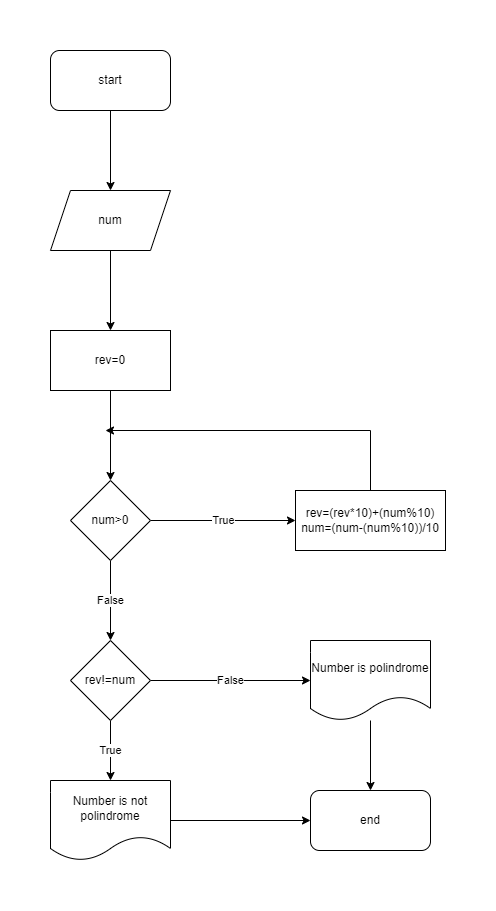
GulchinTaghizade/Homework keeps this draw.io diagram as Loop/Task2.png. Above is the earlier version. Source tidied: cells renumbered, new cells last; positions are measured from the earlier drawing's top-left corner, leaving out a move shared by most shapes. Its diagram source:
```xml
<mxGraphModel>
  <root>
    <mxCell id="0" />
    <mxCell id="1" parent="0" />
    <mxCell id="2" style="edgeStyle=orthogonalEdgeStyle;rounded=0;jettySize=auto;html=1;" parent="1" edge="1" source="3" target="5">
      <mxGeometry relative="1" as="geometry" />
    </mxCell>
    <mxCell id="3" value="start" style="rounded=1;whiteSpace=wrap;html=1;" parent="1" vertex="1">
      <mxGeometry width="120" height="60" as="geometry" />
    </mxCell>
    <mxCell id="4" style="edgeStyle=orthogonalEdgeStyle;rounded=0;jettySize=auto;html=1;" parent="1" edge="1" source="5" target="12">
      <mxGeometry relative="1" as="geometry" />
    </mxCell>
    <mxCell id="5" value="num" style="shape=parallelogram;perimeter=parallelogramPerimeter;whiteSpace=wrap;html=1;fixedSize=1;" parent="1" vertex="1">
      <mxGeometry y="110" width="120" height="60" as="geometry" />
    </mxCell>
    <mxCell id="6" value="True" style="edgeStyle=orthogonalEdgeStyle;rounded=0;jettySize=auto;html=1;" parent="1" edge="1" source="8" target="10">
      <mxGeometry relative="1" as="geometry" />
    </mxCell>
    <mxCell id="7" value="False" style="edgeStyle=orthogonalEdgeStyle;rounded=0;jettySize=auto;html=1;" parent="1" edge="1" source="8" target="14">
      <mxGeometry relative="1" as="geometry" />
    </mxCell>
    <mxCell id="8" value="num&amp;gt;0" style="rhombus;whiteSpace=wrap;html=1;" parent="1" vertex="1">
      <mxGeometry x="20" y="346" width="80" height="80" as="geometry" />
    </mxCell>
    <mxCell id="9" style="edgeStyle=orthogonalEdgeStyle;rounded=0;jettySize=auto;html=1;exitX=0.5;exitY=0;exitDx=0;exitDy=0;" parent="1" edge="1" source="10">
      <mxGeometry relative="1" as="geometry">
        <mxPoint x="60" y="300" as="targetPoint" />
        <Array as="points">
          <mxPoint x="270" y="300" />
        </Array>
      </mxGeometry>
    </mxCell>
    <mxCell id="10" value="sum=sum+(num%10)&lt;br&gt;num=((num-(num%10))/10" style="whiteSpace=wrap;html=1;" parent="1" vertex="1">
      <mxGeometry x="210" y="356" width="120" height="60" as="geometry" />
    </mxCell>
    <mxCell id="11" style="edgeStyle=orthogonalEdgeStyle;rounded=0;jettySize=auto;html=1;" parent="1" edge="1" source="12" target="8">
      <mxGeometry relative="1" as="geometry" />
    </mxCell>
    <mxCell id="12" value="sum=0" style="whiteSpace=wrap;html=1;" parent="1" vertex="1">
      <mxGeometry y="210" width="120" height="60" as="geometry" />
    </mxCell>
    <mxCell id="13" style="edgeStyle=orthogonalEdgeStyle;rounded=0;jettySize=auto;html=1;" parent="1" edge="1" source="14" target="15">
      <mxGeometry relative="1" as="geometry" />
    </mxCell>
    <mxCell id="14" value="sum" style="shape=document;whiteSpace=wrap;html=1;boundedLbl=1;" parent="1" vertex="1">
      <mxGeometry y="506" width="120" height="80" as="geometry" />
    </mxCell>
    <mxCell id="15" value="end" style="rounded=1;whiteSpace=wrap;html=1;" parent="1" vertex="1">
      <mxGeometry x="200" y="516" width="120" height="60" as="geometry" />
    </mxCell>
  </root>
</mxGraphModel>
```
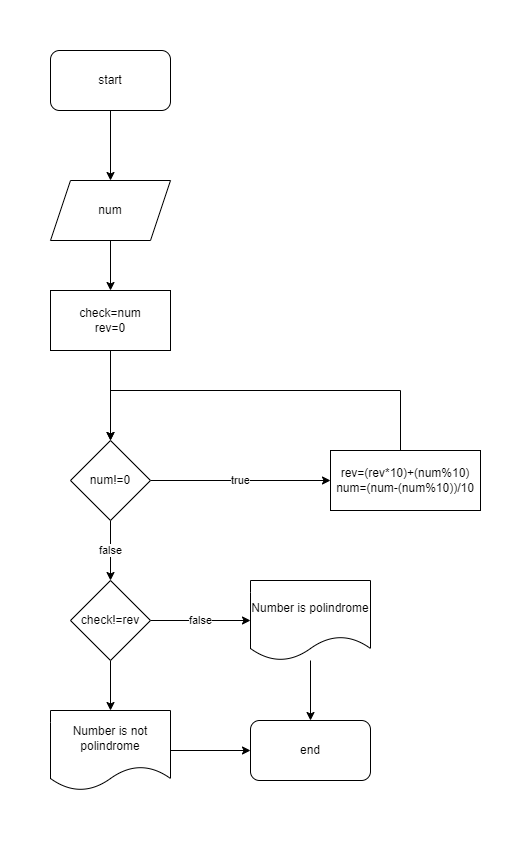
The same diagram one commit later.

The edit, as a diff of the source:
```diff
@@ -6,48 +6,63 @@
       <mxGeometry relative="1" as="geometry" />
     </mxCell>
     <mxCell id="3" value="start" style="rounded=1;whiteSpace=wrap;html=1;" parent="1" vertex="1">
-      <mxGeometry width="120" height="60" as="geometry" />
+      <mxGeometry y="10" width="120" height="60" as="geometry" />
     </mxCell>
-    <mxCell id="4" style="edgeStyle=orthogonalEdgeStyle;rounded=0;jettySize=auto;html=1;" parent="1" edge="1" source="5" target="12">
-      <mxGeometry relative="1" as="geometry" />
-    </mxCell>
+    <mxCell id="16" style="edgeStyle=orthogonalEdgeStyle;rounded=0;jettySize=auto;html=1;" parent="1" edge="1" source="5" target="18">
+      <mxGeometry relative="1" as="geometry" />
+    </mxCell>
     <mxCell id="5" value="num" style="shape=parallelogram;perimeter=parallelogramPerimeter;whiteSpace=wrap;html=1;fixedSize=1;" parent="1" vertex="1">
-      <mxGeometry y="110" width="120" height="60" as="geometry" />
+      <mxGeometry y="140" width="120" height="60" as="geometry" />
     </mxCell>
-    <mxCell id="6" value="True" style="edgeStyle=orthogonalEdgeStyle;rounded=0;jettySize=auto;html=1;" parent="1" edge="1" source="8" target="10">
-      <mxGeometry relative="1" as="geometry" />
-    </mxCell>
-    <mxCell id="7" value="False" style="edgeStyle=orthogonalEdgeStyle;rounded=0;jettySize=auto;html=1;" parent="1" edge="1" source="8" target="14">
-      <mxGeometry relative="1" as="geometry" />
-    </mxCell>
-    <mxCell id="8" value="num&amp;gt;0" style="rhombus;whiteSpace=wrap;html=1;" parent="1" vertex="1">
-      <mxGeometry x="20" y="346" width="80" height="80" as="geometry" />
-    </mxCell>
-    <mxCell id="9" style="edgeStyle=orthogonalEdgeStyle;rounded=0;jettySize=auto;html=1;exitX=0.5;exitY=0;exitDx=0;exitDy=0;" parent="1" edge="1" source="10">
-      <mxGeometry relative="1" as="geometry">
-        <mxPoint x="60" y="300" as="targetPoint" />
-        <Array as="points">
-          <mxPoint x="270" y="300" />
-        </Array>
-      </mxGeometry>
-    </mxCell>
-    <mxCell id="10" value="sum=sum+(num%10)&lt;br&gt;num=((num-(num%10))/10" style="whiteSpace=wrap;html=1;" parent="1" vertex="1">
-      <mxGeometry x="210" y="356" width="120" height="60" as="geometry" />
-    </mxCell>
-    <mxCell id="11" style="edgeStyle=orthogonalEdgeStyle;rounded=0;jettySize=auto;html=1;" parent="1" edge="1" source="12" target="8">
-      <mxGeometry relative="1" as="geometry" />
-    </mxCell>
-    <mxCell id="12" value="sum=0" style="whiteSpace=wrap;html=1;" parent="1" vertex="1">
-      <mxGeometry y="210" width="120" height="60" as="geometry" />
-    </mxCell>
-    <mxCell id="13" style="edgeStyle=orthogonalEdgeStyle;rounded=0;jettySize=auto;html=1;" parent="1" edge="1" source="14" target="15">
-      <mxGeometry relative="1" as="geometry" />
-    </mxCell>
-    <mxCell id="14" value="sum" style="shape=document;whiteSpace=wrap;html=1;boundedLbl=1;" parent="1" vertex="1">
-      <mxGeometry y="506" width="120" height="80" as="geometry" />
-    </mxCell>
+    <mxCell id="17" style="edgeStyle=orthogonalEdgeStyle;rounded=0;jettySize=auto;html=1;" parent="1" edge="1" source="18" target="21">
+      <mxGeometry relative="1" as="geometry" />
+    </mxCell>
+    <mxCell id="18" value="check=num&lt;br&gt;rev=0" style="rounded=0;whiteSpace=wrap;html=1;" parent="1" vertex="1">
+      <mxGeometry y="250" width="120" height="60" as="geometry" />
+    </mxCell>
+    <mxCell id="19" value="true" style="edgeStyle=orthogonalEdgeStyle;rounded=0;jettySize=auto;html=1;exitX=1;exitY=0.5;exitDx=0;exitDy=0;" parent="1" edge="1" source="21" target="23">
+      <mxGeometry relative="1" as="geometry" />
+    </mxCell>
+    <mxCell id="20" value="false" style="edgeStyle=orthogonalEdgeStyle;rounded=0;jettySize=auto;html=1;" parent="1" edge="1" source="21" target="26">
+      <mxGeometry relative="1" as="geometry" />
+    </mxCell>
+    <mxCell id="21" value="num!=0" style="rhombus;whiteSpace=wrap;html=1;" parent="1" vertex="1">
+      <mxGeometry x="20" y="400" width="80" height="80" as="geometry" />
+    </mxCell>
+    <mxCell id="22" style="edgeStyle=orthogonalEdgeStyle;rounded=0;jettySize=auto;html=1;exitX=0.5;exitY=0;exitDx=0;exitDy=0;entryX=0.5;entryY=0;entryDx=0;entryDy=0;" parent="1" edge="1" source="23" target="21">
+      <mxGeometry relative="1" as="geometry">
+        <Array as="points">
+          <mxPoint x="350" y="350" />
+          <mxPoint x="60" y="350" />
+        </Array>
+      </mxGeometry>
+    </mxCell>
+    <mxCell id="23" value="rev=(rev*10)+(num%10)&lt;br&gt;num=(num-(num%10))/10" style="rounded=0;whiteSpace=wrap;html=1;" parent="1" vertex="1">
+      <mxGeometry x="280" y="410" width="150" height="60" as="geometry" />
+    </mxCell>
+    <mxCell id="24" value="false" style="edgeStyle=orthogonalEdgeStyle;rounded=0;jettySize=auto;html=1;" parent="1" edge="1" source="26" target="28">
+      <mxGeometry relative="1" as="geometry" />
+    </mxCell>
+    <mxCell id="25" style="edgeStyle=orthogonalEdgeStyle;rounded=0;jettySize=auto;html=1;" parent="1" edge="1" source="26" target="30">
+      <mxGeometry relative="1" as="geometry" />
+    </mxCell>
+    <mxCell id="26" value="check!=rev" style="rhombus;whiteSpace=wrap;html=1;" parent="1" vertex="1">
+      <mxGeometry x="20" y="540" width="80" height="80" as="geometry" />
+    </mxCell>
+    <mxCell id="27" style="edgeStyle=orthogonalEdgeStyle;rounded=0;jettySize=auto;html=1;" parent="1" edge="1" source="28" target="15">
+      <mxGeometry relative="1" as="geometry" />
+    </mxCell>
+    <mxCell id="28" value="Number is polindrome" style="shape=document;whiteSpace=wrap;html=1;boundedLbl=1;" parent="1" vertex="1">
+      <mxGeometry x="200" y="540" width="120" height="80" as="geometry" />
+    </mxCell>
+    <mxCell id="29" style="edgeStyle=orthogonalEdgeStyle;rounded=0;jettySize=auto;html=1;" parent="1" edge="1" source="30" target="15">
+      <mxGeometry relative="1" as="geometry" />
+    </mxCell>
+    <mxCell id="30" value="Number is not polindrome" style="shape=document;whiteSpace=wrap;html=1;boundedLbl=1;" parent="1" vertex="1">
+      <mxGeometry y="670" width="120" height="80" as="geometry" />
+    </mxCell>
     <mxCell id="15" value="end" style="rounded=1;whiteSpace=wrap;html=1;" parent="1" vertex="1">
-      <mxGeometry x="200" y="516" width="120" height="60" as="geometry" />
+      <mxGeometry x="200" y="680" width="120" height="60" as="geometry" />
     </mxCell>
   </root>
 </mxGraphModel>
```
